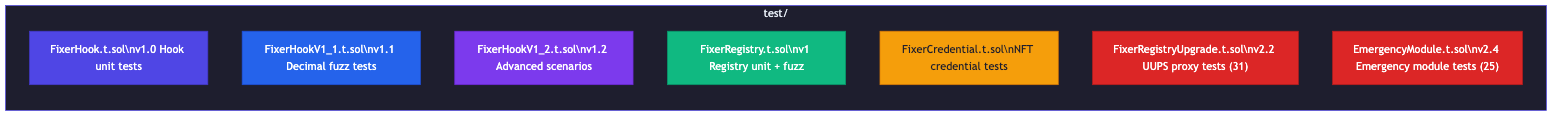
guglxni/the-fixer-hook keeps this Mermaid diagram as docs/diagrams/TESTING_1.png. Above is the earlier version. Its source is kept beside it as docs/diagrams/TESTING_1.mmd. Source of this version:
```mermaid
%%{init: {'theme': 'neutral', 'themeVariables': { 'primaryColor': '#2563eb', 'primaryTextColor': '#1e293b', 'primaryBorderColor': '#3b82f6', 'lineColor': '#64748b', 'secondaryColor': '#f1f5f9', 'tertiaryColor': '#e2e8f0'}}}%%
flowchart TD
        direction TB
        T1["FixerHook.t.sol\nv1.0 Hook unit tests"]
        T2["FixerHookV1_1.t.sol\nv1.1 Decimal fuzz tests"]
        T3["FixerHookV1_2.t.sol\nv1.2 Advanced scenarios"]
        T4["FixerRegistry.t.sol\nv1 Registry unit + fuzz"]
        T5["FixerCredential.t.sol\nNFT credential tests"]
        T6["FixerRegistryUpgrade.t.sol\nv2.2 UUPS proxy tests (31)"]
        T7["EmergencyModule.t.sol\nv2.4 Emergency module tests (25)"]
    end
    style tests fill:#1E1E2E,color:#E2E8F0,stroke:#4F46E5
    style T1 fill:#4F46E5,color:#FFFFFF,stroke:#4338CA
    style T2 fill:#2563EB,color:#FFFFFF,stroke:#1D4ED8
    style T3 fill:#7C3AED,color:#FFFFFF,stroke:#6D28D9
    style T4 fill:#10B981,color:#FFFFFF,stroke:#059669
    style T5 fill:#F59E0B,color:#1E1E2E,stroke:#D97706
    style T6 fill:#DC2626,color:#FFFFFF,stroke:#B91C1C
    style T7 fill:#DC2626,color:#FFFFFF,stroke:#B91C1C
```
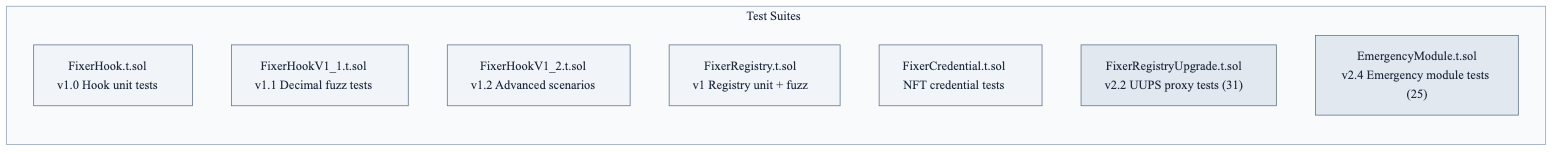
After the change.

Change to the diagram source:
```diff
@@ -1,19 +1,21 @@
-%%{init: {'theme': 'neutral', 'themeVariables': { 'primaryColor': '#2563eb', 'primaryTextColor': '#1e293b', 'primaryBorderColor': '#3b82f6', 'lineColor': '#64748b', 'secondaryColor': '#f1f5f9', 'tertiaryColor': '#e2e8f0'}}}%%
+%%{init: {'theme': 'neutral', 'themeVariables': {'fontFamily': 'Inter, system-ui, sans-serif'}}}%%
 flowchart TD
+    subgraph tests["Test Suites"]
         direction TB
-        T1["FixerHook.t.sol\nv1.0 Hook unit tests"]
-        T2["FixerHookV1_1.t.sol\nv1.1 Decimal fuzz tests"]
-        T3["FixerHookV1_2.t.sol\nv1.2 Advanced scenarios"]
-        T4["FixerRegistry.t.sol\nv1 Registry unit + fuzz"]
-        T5["FixerCredential.t.sol\nNFT credential tests"]
-        T6["FixerRegistryUpgrade.t.sol\nv2.2 UUPS proxy tests (31)"]
-        T7["EmergencyModule.t.sol\nv2.4 Emergency module tests (25)"]
+        T1["FixerHook.t.sol<br/>v1.0 Hook unit tests"]
+        T2["FixerHookV1_1.t.sol<br/>v1.1 Decimal fuzz tests"]
+        T3["FixerHookV1_2.t.sol<br/>v1.2 Advanced scenarios"]
+        T4["FixerRegistry.t.sol<br/>v1 Registry unit + fuzz"]
+        T5["FixerCredential.t.sol<br/>NFT credential tests"]
+        T6["FixerRegistryUpgrade.t.sol<br/>v2.2 UUPS proxy tests (31)"]
+        T7["EmergencyModule.t.sol<br/>v2.4 Emergency module tests (25)"]
     end
-    style tests fill:#1E1E2E,color:#E2E8F0,stroke:#4F46E5
-    style T1 fill:#4F46E5,color:#FFFFFF,stroke:#4338CA
-    style T2 fill:#2563EB,color:#FFFFFF,stroke:#1D4ED8
-    style T3 fill:#7C3AED,color:#FFFFFF,stroke:#6D28D9
-    style T4 fill:#10B981,color:#FFFFFF,stroke:#059669
-    style T5 fill:#F59E0B,color:#1E1E2E,stroke:#D97706
-    style T6 fill:#DC2626,color:#FFFFFF,stroke:#B91C1C
-    style T7 fill:#DC2626,color:#FFFFFF,stroke:#B91C1C
+
+    style tests fill:#f8fafc,stroke:#94a3b8,color:#1e293b
+    style T1 fill:#f1f5f9,color:#1e293b,stroke:#64748b
+    style T2 fill:#f1f5f9,color:#1e293b,stroke:#64748b
+    style T3 fill:#f1f5f9,color:#1e293b,stroke:#64748b
+    style T4 fill:#f1f5f9,color:#1e293b,stroke:#64748b
+    style T5 fill:#f1f5f9,color:#1e293b,stroke:#64748b
+    style T6 fill:#e2e8f0,color:#1e293b,stroke:#64748b
+    style T7 fill:#e2e8f0,color:#1e293b,stroke:#64748b
```
